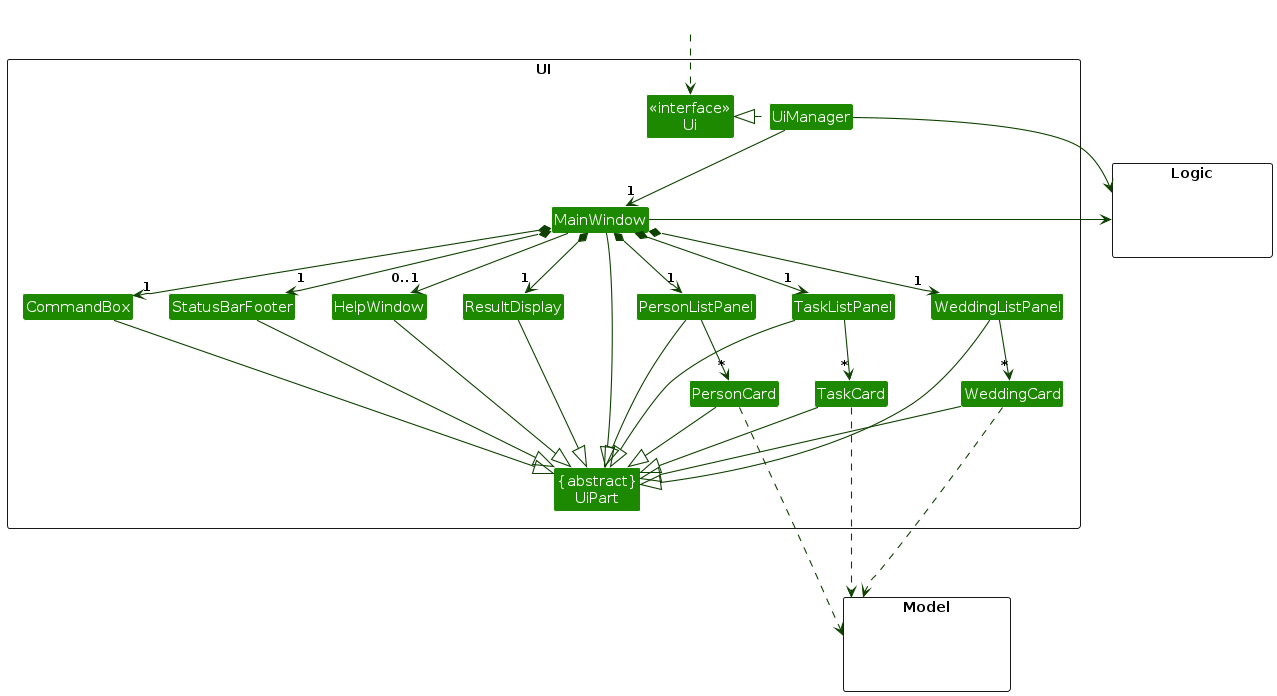
The PlantUML diagram diagrams/UiClassDiagram.png in riccoljy/tp, before a commit. Its source is kept beside it as diagrams/UiClassDiagram.puml.
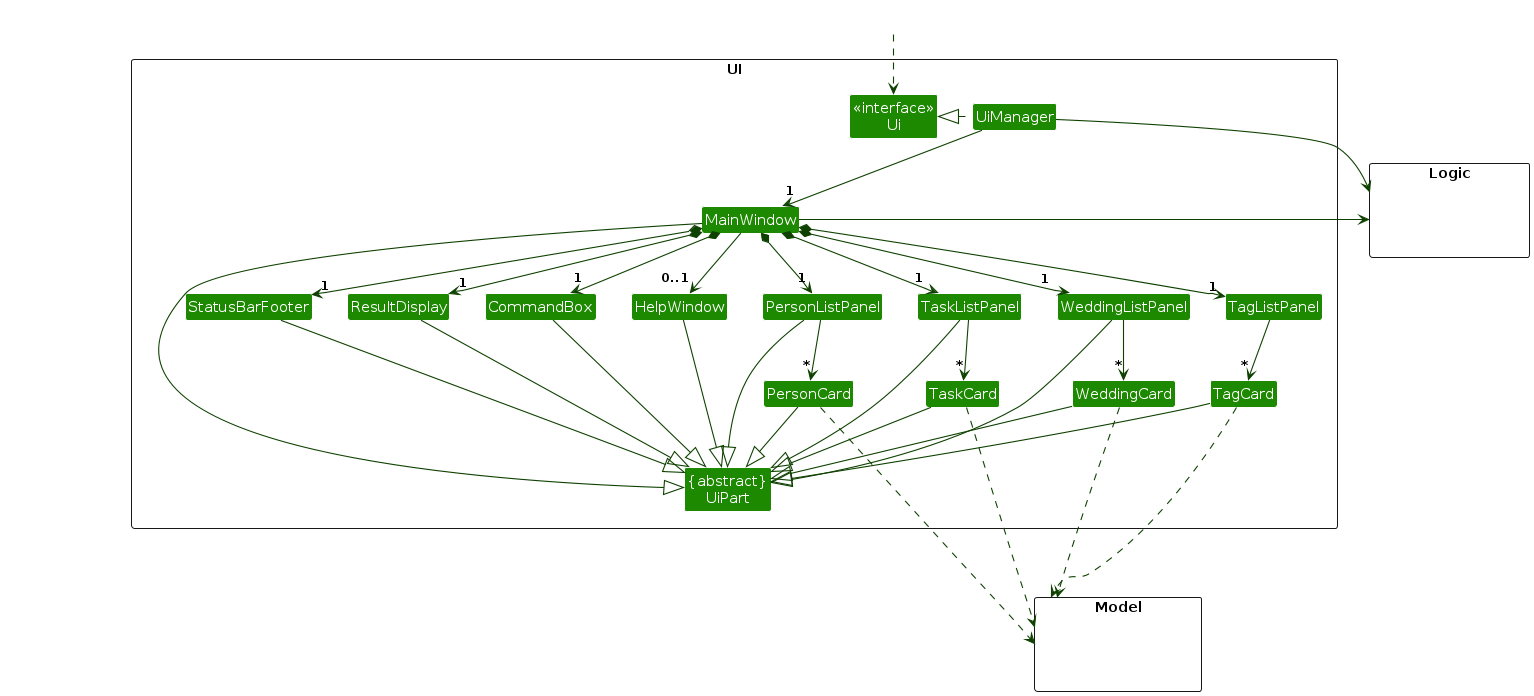
The same diagram one commit later.

Diff of the diagram source:
```diff
@@ -15,8 +15,10 @@
 Class TaskListPanel
 Class WeddingListPanel
 Class PersonCard
+Class TagListPanel
 Class TaskCard
 Class WeddingCard
+Class TagCard
 Class StatusBarFooter
 Class CommandBox
 }
@@ -42,10 +44,12 @@
 MainWindow *-down-> "1" PersonListPanel
 MainWindow *-down-> "1" TaskListPanel
 MainWindow *-down-> "1" WeddingListPanel
+MainWindow *-down-> "1" TagListPanel
 
 PersonListPanel -down-> "*" PersonCard
 WeddingListPanel -down-> "*" WeddingCard
 TaskListPanel -down-> "*" TaskCard
+TagListPanel -down-> "*" TagCard
 
 MainWindow -left-|> UiPart
 
@@ -57,12 +61,14 @@
 PersonCard --|> UiPart
 TaskCard --|> UiPart
 WeddingCard --|> UiPart
+TagCard --|> UiPart
 StatusBarFooter --|> UiPart
 HelpWindow --|> UiPart
 
 PersonCard ....> Model
 TaskCard ....> Model
 WeddingCard ....> Model
+TagCard ....> Model
 UiManager -right-> Logic
 MainWindow -right-> Logic
 
```
